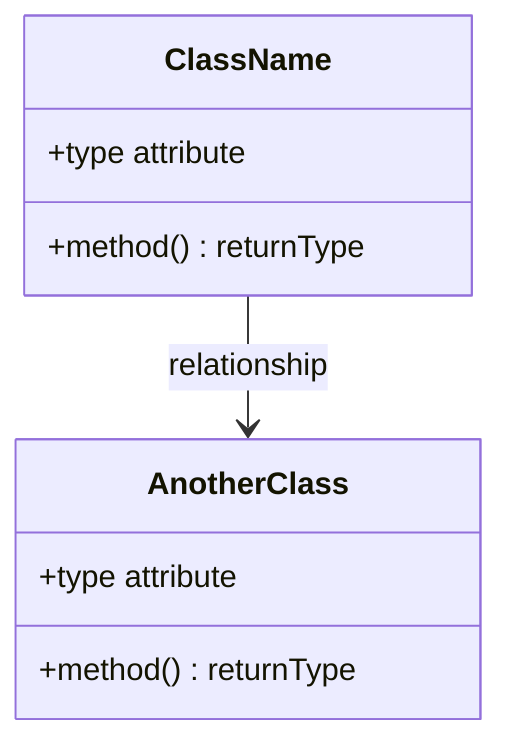
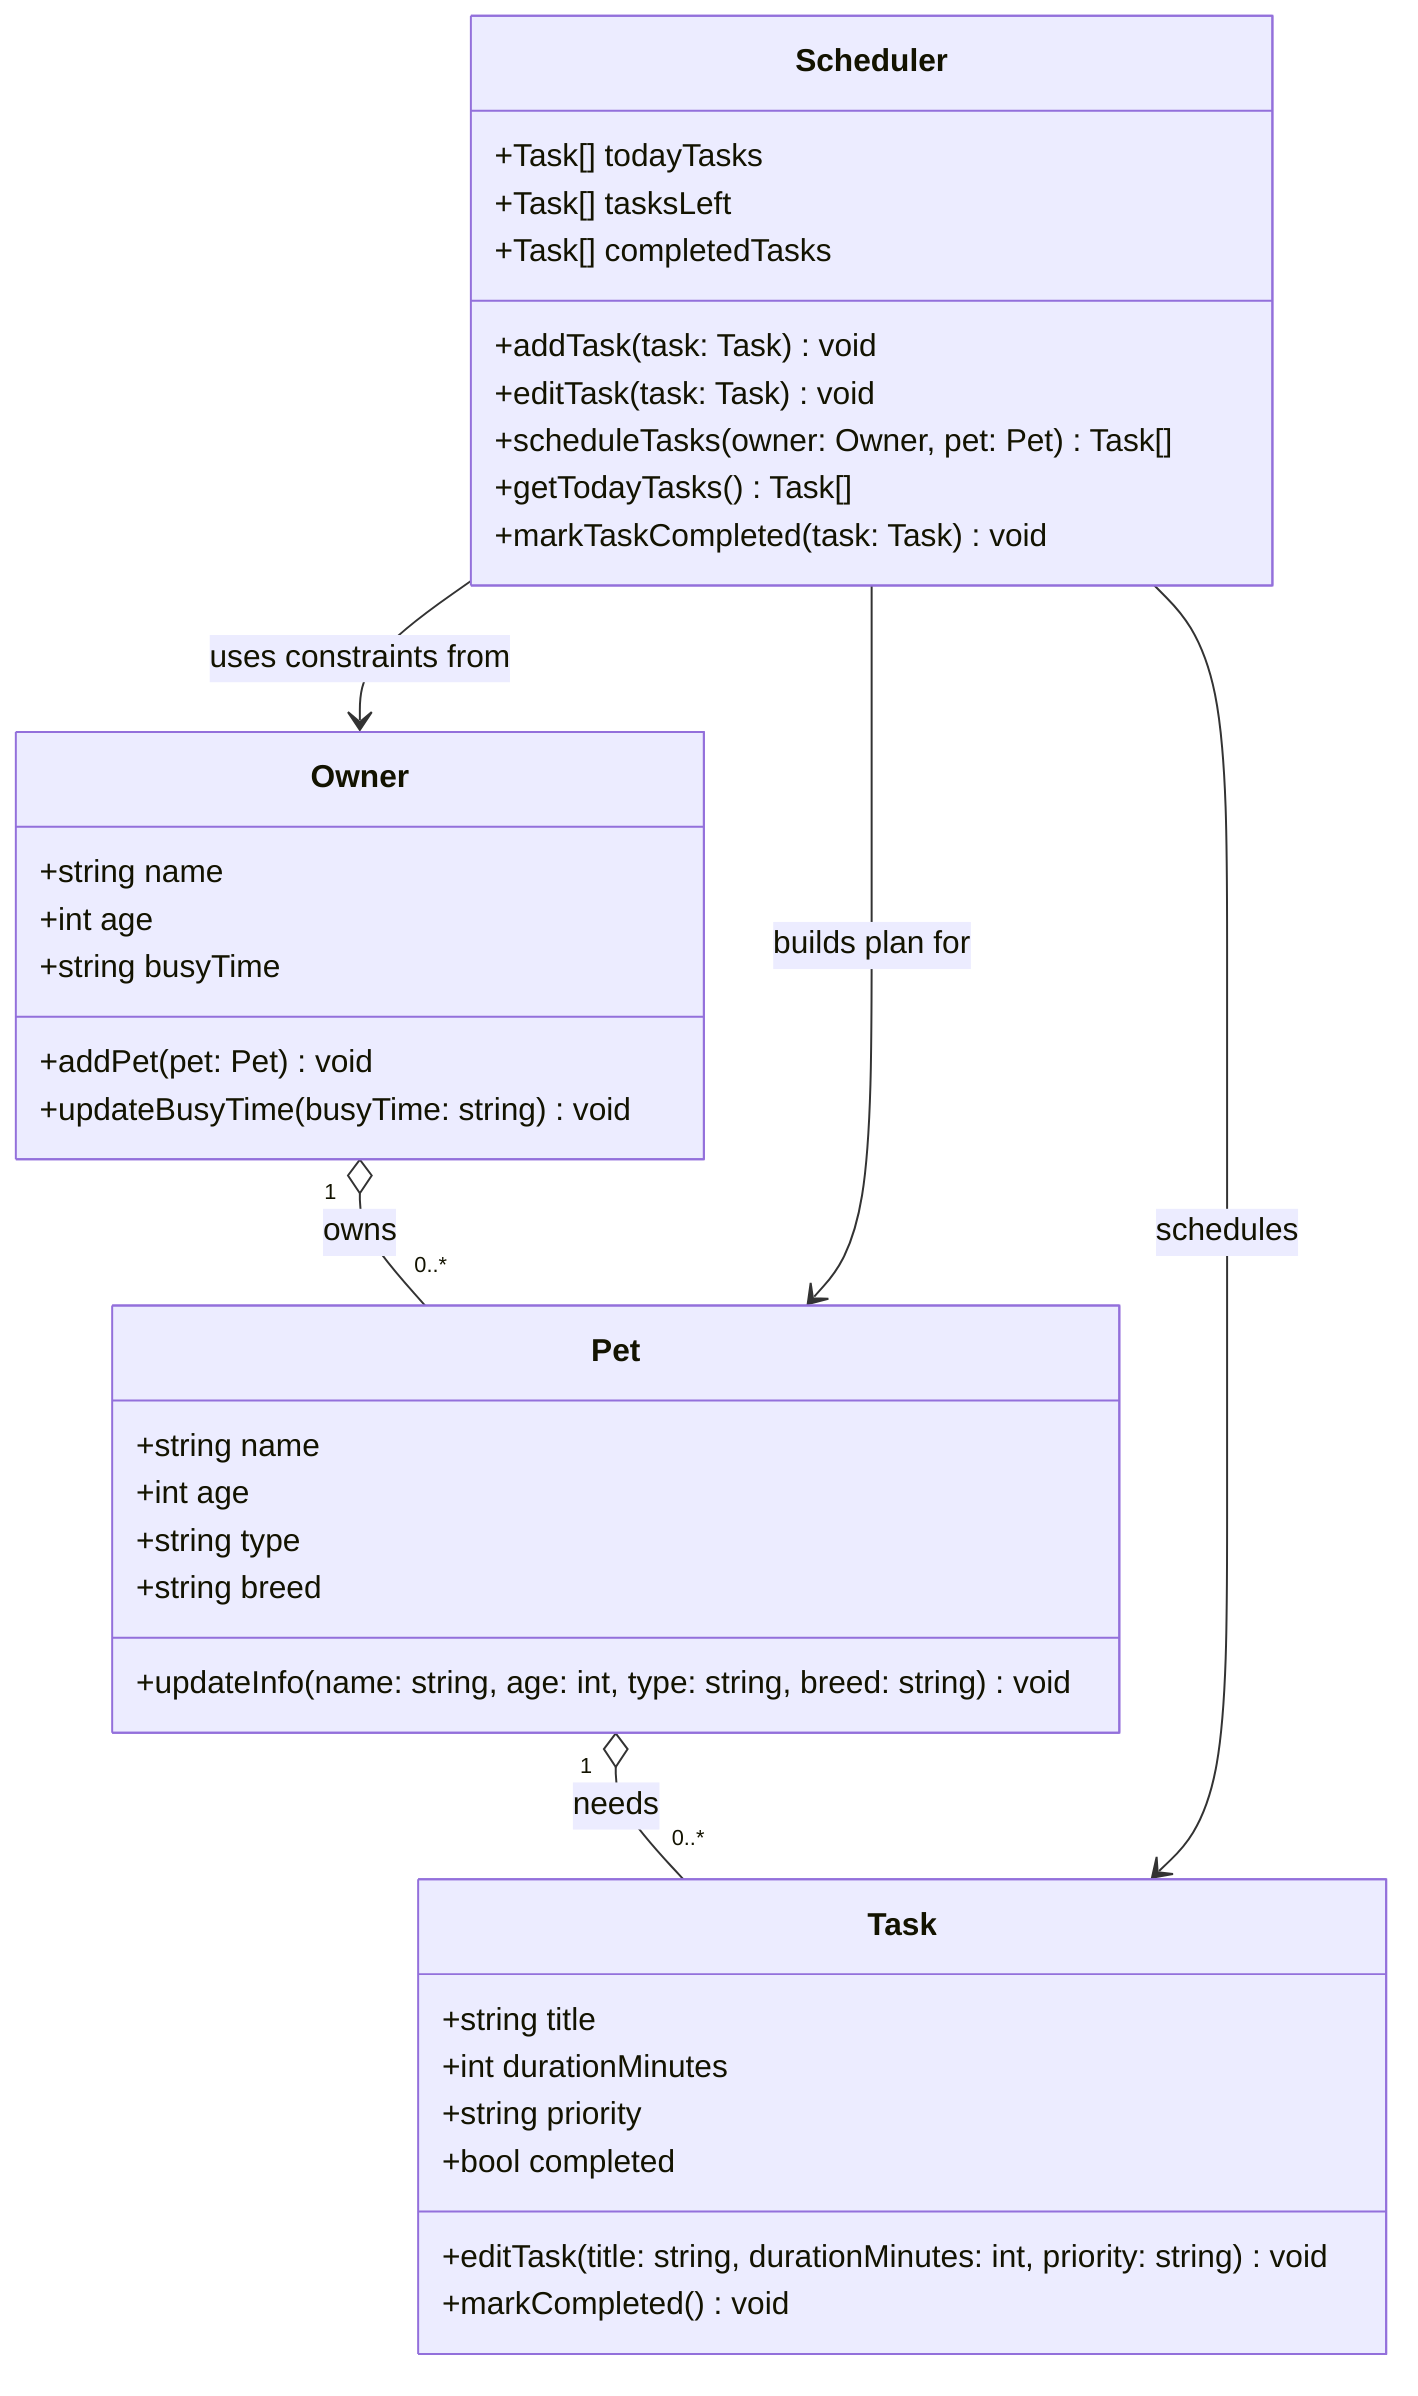
classDiagram
-     %% Replace the placeholders below with your actual classes, attributes, methods, and relationships.
-     %% Keep this file updated so it matches your final implementation.
- 
-     class ClassName {
-         +type attribute
-         +method() returnType
+     class Owner {
+         +string name
+         +int age
+         +string busyTime
+         +addPet(pet: Pet) void
+         +updateBusyTime(busyTime: string) void
    }

-     class AnotherClass {
-         +type attribute
-         +method() returnType
+     class Pet {
+         +string name
+         +int age
+         +string type
+         +string breed
+         +updateInfo(name: string, age: int, type: string, breed: string) void
    }

-     ClassName --> AnotherClass : relationship
+     class Task {
+         +string title
+         +int durationMinutes
+         +string priority
+         +bool completed
+         +editTask(title: string, durationMinutes: int, priority: string) void
+         +markCompleted() void
+     }
+ 
+     class Scheduler {
+         +Task[] todayTasks
+         +Task[] tasksLeft
+         +Task[] completedTasks
+         +addTask(task: Task) void
+         +editTask(task: Task) void
+         +scheduleTasks(owner: Owner, pet: Pet) Task[]
+         +getTodayTasks() Task[]
+         +markTaskCompleted(task: Task) void
+     }
+ 
+     Owner "1" o-- "0..*" Pet : owns
+     Pet "1" o-- "0..*" Task : needs
+     Scheduler --> Owner : uses constraints from
+     Scheduler --> Pet : builds plan for
+     Scheduler --> Task : schedules
